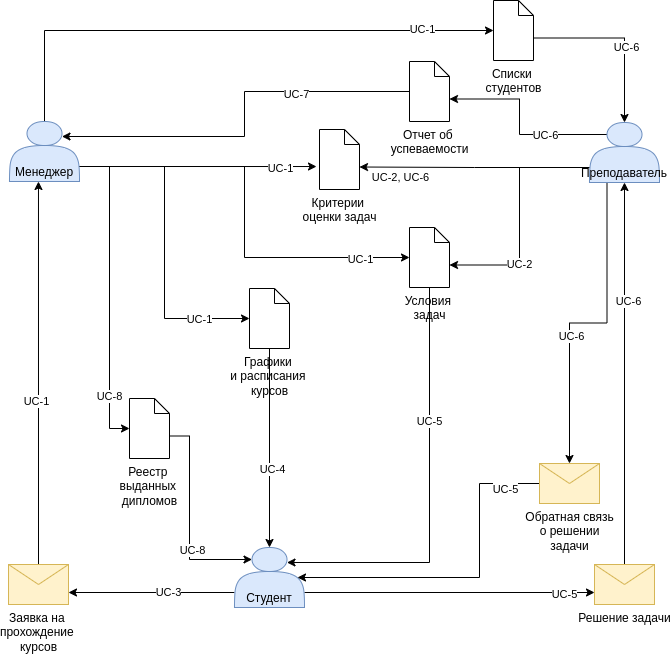
Above: docs/dicisions/ADR-0001/context.png in inutcin/codecontest (draw.io), before the change. Source tidied: cells renumbered, new cells last; positions are measured from the earlier drawing's top-left corner, leaving out a move shared by most shapes.
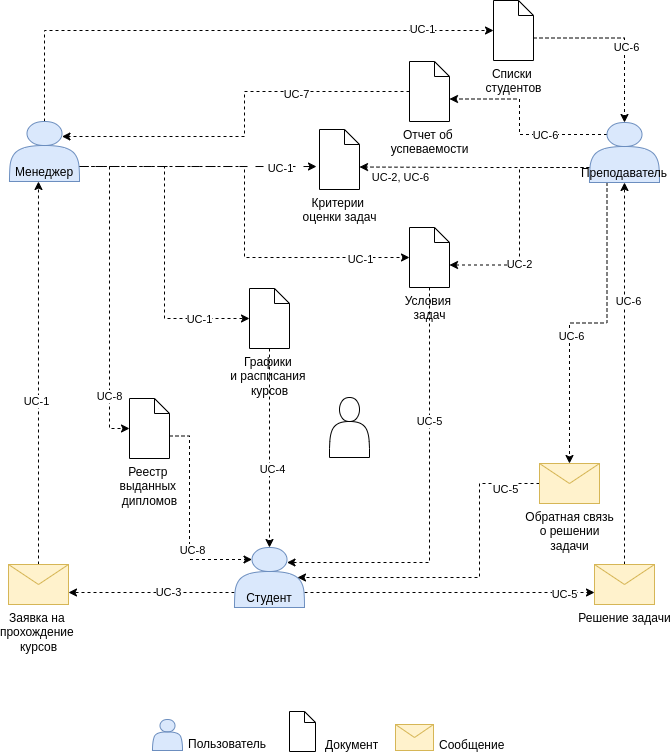
Later version of the same file.

Commit message:
Продолжаем писать ADR

What changed in the source:
```diff
@@ -2,25 +2,25 @@
   <root>
     <mxCell id="0" />
     <mxCell id="1" parent="0" />
-    <mxCell id="2" style="edgeStyle=orthogonalEdgeStyle;rounded=0;jettySize=auto;html=1;exitX=0.5;exitY=0;exitDx=0;exitDy=0;entryX=0;entryY=0.5;entryDx=0;entryDy=0;entryPerimeter=0;" parent="1" edge="1" source="12" target="32">
+    <mxCell id="2" style="edgeStyle=orthogonalEdgeStyle;rounded=0;jettySize=auto;html=1;exitX=0.5;exitY=0;exitDx=0;exitDy=0;entryX=0;entryY=0.5;entryDx=0;entryDy=0;entryPerimeter=0;dashed=1;" parent="1" edge="1" source="12" target="32">
       <mxGeometry relative="1" as="geometry" />
     </mxCell>
     <mxCell id="3" value="UC-1" style="edgeLabel;html=1;align=center;verticalAlign=middle;" parent="2" vertex="1">
       <mxGeometry x="0.73" y="2" relative="1" as="geometry" />
     </mxCell>
-    <mxCell id="4" style="edgeStyle=orthogonalEdgeStyle;rounded=0;jettySize=auto;html=1;exitX=1;exitY=0.75;exitDx=0;exitDy=0;entryX=0;entryY=0.5;entryDx=0;entryDy=0;entryPerimeter=0;" parent="1" edge="1" source="12" target="35">
+    <mxCell id="4" style="edgeStyle=orthogonalEdgeStyle;rounded=0;jettySize=auto;html=1;exitX=1;exitY=0.75;exitDx=0;exitDy=0;entryX=0;entryY=0.5;entryDx=0;entryDy=0;entryPerimeter=0;dashed=1;" parent="1" edge="1" source="12" target="35">
       <mxGeometry relative="1" as="geometry" />
     </mxCell>
     <mxCell id="5" value="UC-1" style="edgeLabel;html=1;align=center;verticalAlign=middle;" parent="4" vertex="1">
       <mxGeometry x="0.76" y="-1" relative="1" as="geometry" />
     </mxCell>
-    <mxCell id="6" style="edgeStyle=orthogonalEdgeStyle;rounded=0;jettySize=auto;html=1;exitX=1;exitY=0.75;exitDx=0;exitDy=0;entryX=0;entryY=0.5;entryDx=0;entryDy=0;entryPerimeter=0;" parent="1" edge="1" source="12" target="29">
+    <mxCell id="6" style="edgeStyle=orthogonalEdgeStyle;rounded=0;jettySize=auto;html=1;exitX=1;exitY=0.75;exitDx=0;exitDy=0;entryX=0;entryY=0.5;entryDx=0;entryDy=0;entryPerimeter=0;dashed=1;" parent="1" edge="1" source="12" target="29">
       <mxGeometry relative="1" as="geometry" />
     </mxCell>
     <mxCell id="7" value="UC-1" style="edgeLabel;html=1;align=center;verticalAlign=middle;" parent="6" vertex="1">
       <mxGeometry x="0.68" relative="1" as="geometry" />
     </mxCell>
-    <mxCell id="8" style="edgeStyle=orthogonalEdgeStyle;rounded=0;jettySize=auto;html=1;exitX=1;exitY=0.75;exitDx=0;exitDy=0;entryX=0;entryY=0.5;entryDx=0;entryDy=0;entryPerimeter=0;" parent="1" edge="1" source="12" target="39">
+    <mxCell id="8" style="edgeStyle=orthogonalEdgeStyle;rounded=0;jettySize=auto;html=1;exitX=1;exitY=0.75;exitDx=0;exitDy=0;entryX=0;entryY=0.5;entryDx=0;entryDy=0;entryPerimeter=0;dashed=1;" parent="1" edge="1" source="12" target="39">
       <mxGeometry relative="1" as="geometry">
         <Array as="points">
           <mxPoint x="101" y="166" />
@@ -33,7 +33,7 @@
         <mxPoint y="-1" as="offset" />
       </mxGeometry>
     </mxCell>
-    <mxCell id="10" style="edgeStyle=orthogonalEdgeStyle;rounded=0;jettySize=auto;html=1;exitX=1;exitY=0.75;exitDx=0;exitDy=0;entryX=-0.075;entryY=0.617;entryDx=0;entryDy=0;entryPerimeter=0;" parent="1" edge="1" source="12" target="36">
+    <mxCell id="10" style="edgeStyle=orthogonalEdgeStyle;rounded=0;jettySize=auto;html=1;exitX=1;exitY=0.75;exitDx=0;exitDy=0;entryX=-0.075;entryY=0.617;entryDx=0;entryDy=0;entryPerimeter=0;dashed=1;dashPattern=8 8;" parent="1" edge="1" source="12" target="36">
       <mxGeometry relative="1" as="geometry" />
     </mxCell>
     <mxCell id="11" value="UC-1" style="edgeLabel;html=1;align=center;verticalAlign=middle;" parent="10" vertex="1">
@@ -42,13 +42,13 @@
     <mxCell id="12" value="Менеджер" style="shape=actor;whiteSpace=wrap;html=1;verticalAlign=bottom;fillColor=#dae8fc;strokeColor=#6c8ebf;" parent="1" vertex="1">
       <mxGeometry x="1" y="121" width="70" height="60" as="geometry" />
     </mxCell>
-    <mxCell id="13" style="edgeStyle=orthogonalEdgeStyle;rounded=0;jettySize=auto;html=1;exitX=0;exitY=0.75;exitDx=0;exitDy=0;entryX=1;entryY=0.7;entryDx=0;entryDy=0;" parent="1" edge="1" source="17" target="42">
+    <mxCell id="13" style="edgeStyle=orthogonalEdgeStyle;rounded=0;jettySize=auto;html=1;exitX=0;exitY=0.75;exitDx=0;exitDy=0;entryX=1;entryY=0.7;entryDx=0;entryDy=0;dashed=1;" parent="1" edge="1" source="17" target="42">
       <mxGeometry relative="1" as="geometry" />
     </mxCell>
     <mxCell id="14" value="UC-3" style="edgeLabel;html=1;align=center;verticalAlign=middle;" parent="13" vertex="1">
       <mxGeometry x="-0.19" y="-1" relative="1" as="geometry" />
     </mxCell>
-    <mxCell id="15" style="edgeStyle=orthogonalEdgeStyle;rounded=0;jettySize=auto;html=1;exitX=1;exitY=0.75;exitDx=0;exitDy=0;entryX=0;entryY=0.7;entryDx=0;entryDy=0;" parent="1" edge="1" source="17" target="45">
+    <mxCell id="15" style="edgeStyle=orthogonalEdgeStyle;rounded=0;jettySize=auto;html=1;exitX=1;exitY=0.75;exitDx=0;exitDy=0;entryX=0;entryY=0.7;entryDx=0;entryDy=0;dashed=1;" parent="1" edge="1" source="17" target="45">
       <mxGeometry relative="1" as="geometry" />
     </mxCell>
     <mxCell id="16" value="UC-5" style="edgeLabel;html=1;align=center;verticalAlign=middle;" parent="15" vertex="1">
@@ -57,7 +57,7 @@
     <mxCell id="17" value="Студент" style="shape=actor;whiteSpace=wrap;html=1;verticalAlign=bottom;fillColor=#dae8fc;strokeColor=#6c8ebf;" parent="1" vertex="1">
       <mxGeometry x="226" y="547" width="70" height="60" as="geometry" />
     </mxCell>
-    <mxCell id="18" style="edgeStyle=orthogonalEdgeStyle;rounded=0;jettySize=auto;html=1;exitX=0;exitY=0.75;exitDx=0;exitDy=0;entryX=0;entryY=0;entryDx=40;entryDy=37.5;entryPerimeter=0;" parent="1" edge="1" source="26" target="36">
+    <mxCell id="18" style="edgeStyle=orthogonalEdgeStyle;rounded=0;jettySize=auto;html=1;exitX=0;exitY=0.75;exitDx=0;exitDy=0;entryX=0;entryY=0;entryDx=40;entryDy=37.5;entryPerimeter=0;dashed=1;" parent="1" edge="1" source="26" target="36">
       <mxGeometry relative="1" as="geometry" />
     </mxCell>
     <mxCell id="19" value="UC-2, UC-6" style="edgeLabel;html=1;align=center;verticalAlign=middle;" parent="18" vertex="1">
@@ -65,19 +65,19 @@
         <mxPoint x="-148" y="5" as="offset" />
       </mxGeometry>
     </mxCell>
-    <mxCell id="20" style="edgeStyle=orthogonalEdgeStyle;rounded=0;jettySize=auto;html=1;exitX=0;exitY=0.75;exitDx=0;exitDy=0;entryX=0;entryY=0;entryDx=40;entryDy=37.5;entryPerimeter=0;" parent="1" edge="1" source="26" target="35">
+    <mxCell id="20" style="edgeStyle=orthogonalEdgeStyle;rounded=0;jettySize=auto;html=1;exitX=0;exitY=0.75;exitDx=0;exitDy=0;entryX=0;entryY=0;entryDx=40;entryDy=37.5;entryPerimeter=0;dashed=1;" parent="1" edge="1" source="26" target="35">
       <mxGeometry relative="1" as="geometry" />
     </mxCell>
     <mxCell id="21" value="UC-2" style="edgeLabel;html=1;align=center;verticalAlign=middle;" parent="20" vertex="1">
       <mxGeometry x="0.4" y="-1" relative="1" as="geometry" />
     </mxCell>
-    <mxCell id="22" style="edgeStyle=orthogonalEdgeStyle;rounded=0;jettySize=auto;html=1;exitX=0.25;exitY=0.2;exitDx=0;exitDy=0;exitPerimeter=0;entryX=0;entryY=0;entryDx=40;entryDy=37.5;entryPerimeter=0;" parent="1" edge="1" source="26" target="48">
+    <mxCell id="22" style="edgeStyle=orthogonalEdgeStyle;rounded=0;jettySize=auto;html=1;exitX=0.25;exitY=0.2;exitDx=0;exitDy=0;exitPerimeter=0;entryX=0;entryY=0;entryDx=40;entryDy=37.5;entryPerimeter=0;dashed=1;" parent="1" edge="1" source="26" target="48">
       <mxGeometry relative="1" as="geometry" />
     </mxCell>
     <mxCell id="23" value="UC-6" style="edgeLabel;html=1;align=center;verticalAlign=middle;" parent="22" vertex="1">
       <mxGeometry x="-0.36" relative="1" as="geometry" />
     </mxCell>
-    <mxCell id="24" style="edgeStyle=orthogonalEdgeStyle;rounded=0;jettySize=auto;html=1;exitX=0.25;exitY=1;exitDx=0;exitDy=0;entryX=0.5;entryY=0;entryDx=0;entryDy=0;" parent="1" edge="1" source="26" target="51">
+    <mxCell id="24" style="edgeStyle=orthogonalEdgeStyle;rounded=0;jettySize=auto;html=1;exitX=0.25;exitY=1;exitDx=0;exitDy=0;entryX=0.5;entryY=0;entryDx=0;entryDy=0;dashed=1;" parent="1" edge="1" source="26" target="51">
       <mxGeometry relative="1" as="geometry" />
     </mxCell>
     <mxCell id="25" value="UC-6" style="edgeLabel;html=1;align=center;verticalAlign=middle;" parent="24" vertex="1">
@@ -86,7 +86,7 @@
     <mxCell id="26" value="Преподаватель" style="shape=actor;whiteSpace=wrap;html=1;verticalAlign=bottom;fillColor=#dae8fc;strokeColor=#6c8ebf;" parent="1" vertex="1">
       <mxGeometry x="581" y="122" width="70" height="60" as="geometry" />
     </mxCell>
-    <mxCell id="27" style="edgeStyle=orthogonalEdgeStyle;rounded=0;jettySize=auto;html=1;exitX=0.5;exitY=1;exitDx=0;exitDy=0;exitPerimeter=0;entryX=0.5;entryY=0;entryDx=0;entryDy=0;" parent="1" edge="1" source="29" target="17">
+    <mxCell id="27" style="edgeStyle=orthogonalEdgeStyle;rounded=0;jettySize=auto;html=1;exitX=0.5;exitY=1;exitDx=0;exitDy=0;exitPerimeter=0;entryX=0.5;entryY=0;entryDx=0;entryDy=0;dashed=1;" parent="1" edge="1" source="29" target="17">
       <mxGeometry relative="1" as="geometry" />
     </mxCell>
     <mxCell id="28" value="UC-4" style="edgeLabel;html=1;align=center;verticalAlign=middle;" parent="27" vertex="1">
@@ -95,7 +95,7 @@
     <mxCell id="29" value="Графики &lt;br&gt;и расписания &lt;br&gt;курсов" style="shape=mxgraph.bpmn.data;labelPosition=center;verticalLabelPosition=bottom;align=center;verticalAlign=top;size=15;html=1;" parent="1" vertex="1">
       <mxGeometry x="241" y="288" width="40" height="60" as="geometry" />
     </mxCell>
-    <mxCell id="30" style="edgeStyle=orthogonalEdgeStyle;rounded=0;jettySize=auto;html=1;exitX=0;exitY=0;exitDx=40;exitDy=37.5;exitPerimeter=0;entryX=0.5;entryY=0;entryDx=0;entryDy=0;" parent="1" edge="1" source="32" target="26">
+    <mxCell id="30" style="edgeStyle=orthogonalEdgeStyle;rounded=0;jettySize=auto;html=1;exitX=0;exitY=0;exitDx=40;exitDy=37.5;exitPerimeter=0;entryX=0.5;entryY=0;entryDx=0;entryDy=0;dashed=1;" parent="1" edge="1" source="32" target="26">
       <mxGeometry relative="1" as="geometry" />
     </mxCell>
     <mxCell id="31" value="UC-6" style="edgeLabel;html=1;align=center;verticalAlign=middle;" parent="30" vertex="1">
@@ -106,7 +106,7 @@
     <mxCell id="32" value="Списки &lt;br&gt;студентов" style="shape=mxgraph.bpmn.data;labelPosition=center;verticalLabelPosition=bottom;align=center;verticalAlign=top;size=15;html=1;" parent="1" vertex="1">
       <mxGeometry x="485" width="40" height="60" as="geometry" />
     </mxCell>
-    <mxCell id="33" style="edgeStyle=orthogonalEdgeStyle;rounded=0;jettySize=auto;html=1;exitX=0.5;exitY=1;exitDx=0;exitDy=0;exitPerimeter=0;entryX=0.75;entryY=0.25;entryDx=0;entryDy=0;entryPerimeter=0;" parent="1" edge="1" source="35" target="17">
+    <mxCell id="33" style="edgeStyle=orthogonalEdgeStyle;rounded=0;jettySize=auto;html=1;exitX=0.5;exitY=1;exitDx=0;exitDy=0;exitPerimeter=0;entryX=0.75;entryY=0.25;entryDx=0;entryDy=0;entryPerimeter=0;dashed=1;" parent="1" edge="1" source="35" target="17">
       <mxGeometry relative="1" as="geometry">
         <Array as="points">
           <mxPoint x="421" y="562" />
@@ -122,7 +122,7 @@
     <mxCell id="36" value="Критерии&amp;nbsp;&lt;br&gt;оценки задач" style="shape=mxgraph.bpmn.data;labelPosition=center;verticalLabelPosition=bottom;align=center;verticalAlign=top;size=15;html=1;" parent="1" vertex="1">
       <mxGeometry x="311" y="129" width="40" height="60" as="geometry" />
     </mxCell>
-    <mxCell id="37" style="edgeStyle=orthogonalEdgeStyle;rounded=0;jettySize=auto;html=1;exitX=0;exitY=0;exitDx=40;exitDy=37.5;exitPerimeter=0;entryX=0.25;entryY=0.2;entryDx=0;entryDy=0;entryPerimeter=0;" parent="1" edge="1" source="39" target="17">
+    <mxCell id="37" style="edgeStyle=orthogonalEdgeStyle;rounded=0;jettySize=auto;html=1;exitX=0;exitY=0;exitDx=40;exitDy=37.5;exitPerimeter=0;entryX=0.25;entryY=0.2;entryDx=0;entryDy=0;entryPerimeter=0;dashed=1;" parent="1" edge="1" source="39" target="17">
       <mxGeometry relative="1" as="geometry">
         <Array as="points">
           <mxPoint x="181" y="436" />
@@ -138,7 +138,7 @@
     <mxCell id="39" value="Реестр &lt;br&gt;выданных &lt;br&gt;дипломов" style="shape=mxgraph.bpmn.data;labelPosition=center;verticalLabelPosition=bottom;align=center;verticalAlign=top;size=15;html=1;" parent="1" vertex="1">
       <mxGeometry x="121" y="398" width="40" height="60" as="geometry" />
     </mxCell>
-    <mxCell id="40" style="edgeStyle=orthogonalEdgeStyle;rounded=0;jettySize=auto;html=1;exitX=0.5;exitY=0;exitDx=0;exitDy=0;entryX=0.414;entryY=1;entryDx=0;entryDy=0;entryPerimeter=0;" parent="1" edge="1" source="42" target="12">
+    <mxCell id="40" style="edgeStyle=orthogonalEdgeStyle;rounded=0;jettySize=auto;html=1;exitX=0.5;exitY=0;exitDx=0;exitDy=0;entryX=0.414;entryY=1;entryDx=0;entryDy=0;entryPerimeter=0;dashed=1;" parent="1" edge="1" source="42" target="12">
       <mxGeometry relative="1" as="geometry" />
     </mxCell>
     <mxCell id="41" value="UC-1" style="edgeLabel;html=1;align=center;verticalAlign=middle;" parent="40" vertex="1">
@@ -147,7 +147,7 @@
     <mxCell id="42" value="Заявка на &lt;br&gt;прохождение &lt;br&gt;курсов" style="shape=message;html=1;html=1;outlineConnect=0;labelPosition=center;verticalLabelPosition=bottom;align=center;verticalAlign=top;fillColor=#fff2cc;strokeColor=#d6b656;" parent="1" vertex="1">
       <mxGeometry y="564" width="60" height="40" as="geometry" />
     </mxCell>
-    <mxCell id="43" style="edgeStyle=orthogonalEdgeStyle;rounded=0;jettySize=auto;html=1;exitX=0.5;exitY=0;exitDx=0;exitDy=0;entryX=0.5;entryY=1;entryDx=0;entryDy=0;" parent="1" edge="1" source="45" target="26">
+    <mxCell id="43" style="edgeStyle=orthogonalEdgeStyle;rounded=0;jettySize=auto;html=1;exitX=0.5;exitY=0;exitDx=0;exitDy=0;entryX=0.5;entryY=1;entryDx=0;entryDy=0;dashed=1;" parent="1" edge="1" source="45" target="26">
       <mxGeometry relative="1" as="geometry" />
     </mxCell>
     <mxCell id="44" value="UC-6" style="edgeLabel;html=1;align=center;verticalAlign=middle;" parent="43" vertex="1">
@@ -156,7 +156,7 @@
     <mxCell id="45" value="Решение задачи" style="shape=message;html=1;html=1;outlineConnect=0;labelPosition=center;verticalLabelPosition=bottom;align=center;verticalAlign=top;fillColor=#fff2cc;strokeColor=#d6b656;" parent="1" vertex="1">
       <mxGeometry x="586" y="564" width="60" height="40" as="geometry" />
     </mxCell>
-    <mxCell id="46" style="edgeStyle=orthogonalEdgeStyle;rounded=0;jettySize=auto;html=1;exitX=0;exitY=0.5;exitDx=0;exitDy=0;exitPerimeter=0;entryX=0.75;entryY=0.25;entryDx=0;entryDy=0;entryPerimeter=0;" parent="1" edge="1" source="48" target="12">
+    <mxCell id="46" style="edgeStyle=orthogonalEdgeStyle;rounded=0;jettySize=auto;html=1;exitX=0;exitY=0.5;exitDx=0;exitDy=0;exitPerimeter=0;entryX=0.75;entryY=0.25;entryDx=0;entryDy=0;entryPerimeter=0;dashed=1;" parent="1" edge="1" source="48" target="12">
       <mxGeometry relative="1" as="geometry" />
     </mxCell>
     <mxCell id="47" value="UC-7" style="edgeLabel;html=1;align=center;verticalAlign=middle;" parent="46" vertex="1">
@@ -165,7 +165,7 @@
     <mxCell id="48" value="Отчет об &lt;br&gt;успеваемости" style="shape=mxgraph.bpmn.data;labelPosition=center;verticalLabelPosition=bottom;align=center;verticalAlign=top;size=15;html=1;" parent="1" vertex="1">
       <mxGeometry x="401" y="61" width="40" height="60" as="geometry" />
     </mxCell>
-    <mxCell id="49" style="edgeStyle=orthogonalEdgeStyle;rounded=0;jettySize=auto;html=1;exitX=0;exitY=0.5;exitDx=0;exitDy=0;entryX=0.9;entryY=0.5;entryDx=0;entryDy=0;entryPerimeter=0;" parent="1" edge="1" source="51" target="17">
+    <mxCell id="49" style="edgeStyle=orthogonalEdgeStyle;rounded=0;jettySize=auto;html=1;exitX=0;exitY=0.5;exitDx=0;exitDy=0;entryX=0.9;entryY=0.5;entryDx=0;entryDy=0;entryPerimeter=0;dashed=1;" parent="1" edge="1" source="51" target="17">
       <mxGeometry relative="1" as="geometry">
         <Array as="points">
           <mxPoint x="471" y="483" />
@@ -181,5 +181,32 @@
     <mxCell id="51" value="Обратная связь&lt;br&gt;о решении&lt;br&gt;задачи" style="shape=message;html=1;html=1;outlineConnect=0;labelPosition=center;verticalLabelPosition=bottom;align=center;verticalAlign=top;fillColor=#fff2cc;strokeColor=#d6b656;" parent="1" vertex="1">
       <mxGeometry x="531" y="463" width="60" height="40" as="geometry" />
     </mxCell>
+    <mxCell id="52" style="shape=message;html=1;html=1;labelPosition=center;verticalLabelPosition=bottom;align=center;verticalAlign=middle;fillColor=#fff2cc;strokeColor=#d6b656;" parent="1" vertex="1">
+      <mxGeometry x="387" y="724" width="38" height="26" as="geometry" />
+    </mxCell>
+    <mxCell id="53" style="shape=mxgraph.bpmn.data;labelPosition=center;verticalLabelPosition=bottom;align=center;verticalAlign=top;size=11;html=1;" parent="1" vertex="1">
+      <mxGeometry x="281" y="711" width="26" height="40" as="geometry" />
+    </mxCell>
+    <mxCell id="54" style="shape=actor;whiteSpace=wrap;html=1;" parent="1" vertex="1">
+      <mxGeometry x="321" y="397" width="40" height="60" as="geometry" />
+    </mxCell>
+    <mxCell id="55" style="shape=actor;whiteSpace=wrap;html=1;verticalAlign=bottom;fillColor=#dae8fc;strokeColor=#6c8ebf;" parent="1" vertex="1">
+      <mxGeometry x="144" y="719" width="30" height="31" as="geometry" />
+    </mxCell>
+    <object id="56" label="Пользователь" name="Variable" placeholders="1">
+      <mxCell style="text;html=1;strokeColor=none;fillColor=none;align=center;verticalAlign=middle;whiteSpace=wrap;overflow=hidden;" parent="1" vertex="1">
+        <mxGeometry x="179" y="733.5" width="80" height="20" as="geometry" />
+      </mxCell>
+    </object>
+    <object id="57" label="Документ" name="Variable" placeholders="1">
+      <mxCell style="text;html=1;strokeColor=none;fillColor=none;align=left;verticalAlign=middle;whiteSpace=wrap;overflow=hidden;" parent="1" vertex="1">
+        <mxGeometry x="315" y="734.5" width="80" height="20" as="geometry" />
+      </mxCell>
+    </object>
+    <object id="58" label="Сообщение" name="Variable" placeholders="1">
+      <mxCell style="text;html=1;strokeColor=none;fillColor=none;align=left;verticalAlign=middle;whiteSpace=wrap;overflow=hidden;" parent="1" vertex="1">
+        <mxGeometry x="429" y="734.5" width="80" height="20" as="geometry" />
+      </mxCell>
+    </object>
   </root>
 </mxGraphModel>
```
